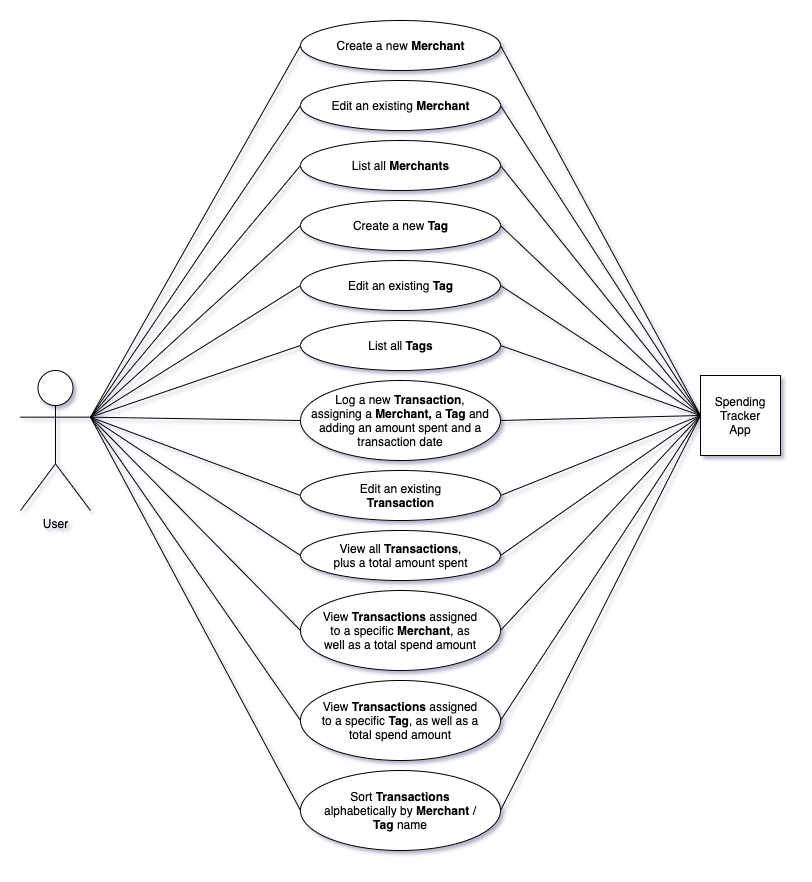
Above: week_05_solo_project/use_case_diagram.png in Strd79/pda_screenshots (draw.io), before the change. Source tidied: cells renumbered, new cells last; positions are measured from the earlier drawing's top-left corner, leaving out a move shared by most shapes. Source of this version:
```xml
<mxGraphModel shadow="1">
  <root>
    <mxCell id="0" />
    <mxCell id="1" parent="0" />
    <mxCell id="2" style="ellipse;whiteSpace=wrap;html=1;" parent="1" vertex="1">
      <mxGeometry x="280" width="200" height="50" as="geometry" />
    </mxCell>
    <mxCell id="3" value="Create a new &lt;b&gt;Merchant&lt;/b&gt;" style="text;html=1;strokeColor=none;fillColor=none;align=center;verticalAlign=middle;whiteSpace=wrap;rounded=0;" parent="1" vertex="1">
      <mxGeometry x="307.5" y="5" width="145" height="40" as="geometry" />
    </mxCell>
    <mxCell id="4" style="ellipse;whiteSpace=wrap;html=1;" parent="1" vertex="1">
      <mxGeometry x="280" y="180" width="200" height="50" as="geometry" />
    </mxCell>
    <mxCell id="5" value="Create a new &lt;b&gt;Tag&lt;/b&gt;" style="text;html=1;strokeColor=none;fillColor=none;align=center;verticalAlign=middle;whiteSpace=wrap;rounded=0;" parent="1" vertex="1">
      <mxGeometry x="307.5" y="185" width="145" height="40" as="geometry" />
    </mxCell>
    <mxCell id="6" style="ellipse;whiteSpace=wrap;html=1;" parent="1" vertex="1">
      <mxGeometry x="280" y="60" width="200" height="50" as="geometry" />
    </mxCell>
    <mxCell id="7" value="Edit an existing &lt;b&gt;Merchant&lt;/b&gt;" style="text;html=1;strokeColor=none;fillColor=none;align=center;verticalAlign=middle;whiteSpace=wrap;rounded=0;" parent="1" vertex="1">
      <mxGeometry x="307.5" y="65" width="145" height="40" as="geometry" />
    </mxCell>
    <mxCell id="8" style="ellipse;whiteSpace=wrap;html=1;" parent="1" vertex="1">
      <mxGeometry x="280" y="240" width="200" height="50" as="geometry" />
    </mxCell>
    <mxCell id="9" value="Edit an existing &lt;b&gt;Tag&lt;/b&gt;" style="text;html=1;strokeColor=none;fillColor=none;align=center;verticalAlign=middle;whiteSpace=wrap;rounded=0;" parent="1" vertex="1">
      <mxGeometry x="307.5" y="245" width="145" height="40" as="geometry" />
    </mxCell>
    <mxCell id="10" style="ellipse;whiteSpace=wrap;html=1;" parent="1" vertex="1">
      <mxGeometry x="280" y="510" width="200" height="50" as="geometry" />
    </mxCell>
    <mxCell id="11" value="View all &lt;b&gt;Transactions&lt;/b&gt;, plus a total amount spent" style="text;html=1;strokeColor=none;fillColor=none;align=center;verticalAlign=middle;whiteSpace=wrap;rounded=0;" parent="1" vertex="1">
      <mxGeometry x="307.5" y="515" width="145" height="40" as="geometry" />
    </mxCell>
    <mxCell id="12" style="ellipse;whiteSpace=wrap;html=1;" parent="1" vertex="1">
      <mxGeometry x="280" y="360" width="200" height="80" as="geometry" />
    </mxCell>
    <mxCell id="13" value="Log a new &lt;b&gt;Transaction&lt;/b&gt;, assigning a &lt;b&gt;Merchant,&lt;/b&gt;&amp;nbsp;a&amp;nbsp;&lt;b&gt;Tag&lt;/b&gt; and adding an amount spent and a transaction date" style="text;html=1;strokeColor=none;fillColor=none;align=center;verticalAlign=middle;whiteSpace=wrap;rounded=0;" parent="1" vertex="1">
      <mxGeometry x="290" y="380" width="180" height="40" as="geometry" />
    </mxCell>
    <mxCell id="14" style="ellipse;whiteSpace=wrap;html=1;" parent="1" vertex="1">
      <mxGeometry x="280" y="570" width="200" height="80" as="geometry" />
    </mxCell>
    <mxCell id="15" value="View &lt;b&gt;Transactions&lt;/b&gt; assigned to a specific &lt;b&gt;Merchant&lt;/b&gt;, as well as a total spend amount" style="text;html=1;strokeColor=none;fillColor=none;align=center;verticalAlign=middle;whiteSpace=wrap;rounded=0;" parent="1" vertex="1">
      <mxGeometry x="300" y="590" width="160" height="40" as="geometry" />
    </mxCell>
    <mxCell id="16" style="ellipse;whiteSpace=wrap;html=1;" parent="1" vertex="1">
      <mxGeometry x="280" y="660" width="200" height="80" as="geometry" />
    </mxCell>
    <mxCell id="17" value="View &lt;b&gt;Transactions&lt;/b&gt; assigned to a specific &lt;b&gt;Tag&lt;/b&gt;, as well as a total spend amount" style="text;html=1;strokeColor=none;fillColor=none;align=center;verticalAlign=middle;whiteSpace=wrap;rounded=0;" parent="1" vertex="1">
      <mxGeometry x="300" y="680" width="160" height="40" as="geometry" />
    </mxCell>
    <mxCell id="18" style="ellipse;whiteSpace=wrap;html=1;" parent="1" vertex="1">
      <mxGeometry x="280" y="750" width="200" height="80" as="geometry" />
    </mxCell>
    <mxCell id="19" value="Sort &lt;b&gt;Transactions&lt;/b&gt; alphabetically by &lt;b&gt;Merchant&lt;/b&gt; / &lt;b&gt;Tag&lt;/b&gt; name" style="text;html=1;strokeColor=none;fillColor=none;align=center;verticalAlign=middle;whiteSpace=wrap;rounded=0;" parent="1" vertex="1">
      <mxGeometry x="300" y="770" width="160" height="40" as="geometry" />
    </mxCell>
    <mxCell id="20" style="rounded=0;jettySize=auto;html=1;exitX=1;exitY=0.3333333333333333;exitDx=0;exitDy=0;exitPerimeter=0;entryX=0;entryY=0.5;entryDx=0;entryDy=0;startArrow=none;startFill=0;endArrow=none;endFill=0;" parent="1" edge="1" source="32" target="6">
      <mxGeometry relative="1" as="geometry" />
    </mxCell>
    <mxCell id="21" style="edgeStyle=none;rounded=0;jettySize=auto;html=1;exitX=1;exitY=0.3333333333333333;exitDx=0;exitDy=0;exitPerimeter=0;entryX=0;entryY=0.5;entryDx=0;entryDy=0;startArrow=none;startFill=0;endArrow=none;endFill=0;" parent="1" edge="1" source="32" target="4">
      <mxGeometry relative="1" as="geometry" />
    </mxCell>
    <mxCell id="22" style="edgeStyle=none;rounded=0;jettySize=auto;html=1;exitX=1;exitY=0.3333333333333333;exitDx=0;exitDy=0;exitPerimeter=0;entryX=0;entryY=0.5;entryDx=0;entryDy=0;startArrow=none;startFill=0;endArrow=none;endFill=0;" parent="1" edge="1" source="32" target="8">
      <mxGeometry relative="1" as="geometry" />
    </mxCell>
    <mxCell id="23" style="edgeStyle=none;rounded=0;jettySize=auto;html=1;exitX=1;exitY=0.3333333333333333;exitDx=0;exitDy=0;exitPerimeter=0;entryX=0;entryY=0.5;entryDx=0;entryDy=0;startArrow=none;startFill=0;endArrow=none;endFill=0;" parent="1" edge="1" source="32" target="12">
      <mxGeometry relative="1" as="geometry" />
    </mxCell>
    <mxCell id="24" style="edgeStyle=none;rounded=0;jettySize=auto;html=1;exitX=1;exitY=0.3333333333333333;exitDx=0;exitDy=0;exitPerimeter=0;entryX=0;entryY=0.5;entryDx=0;entryDy=0;startArrow=none;startFill=0;endArrow=none;endFill=0;" parent="1" edge="1" source="32" target="10">
      <mxGeometry relative="1" as="geometry" />
    </mxCell>
    <mxCell id="25" style="edgeStyle=none;rounded=0;jettySize=auto;html=1;exitX=1;exitY=0.3333333333333333;exitDx=0;exitDy=0;exitPerimeter=0;entryX=0;entryY=0.5;entryDx=0;entryDy=0;startArrow=none;startFill=0;endArrow=none;endFill=0;" parent="1" edge="1" source="32" target="14">
      <mxGeometry relative="1" as="geometry" />
    </mxCell>
    <mxCell id="26" style="edgeStyle=none;rounded=0;jettySize=auto;html=1;exitX=1;exitY=0.3333333333333333;exitDx=0;exitDy=0;exitPerimeter=0;entryX=0;entryY=0.5;entryDx=0;entryDy=0;startArrow=none;startFill=0;endArrow=none;endFill=0;" parent="1" edge="1" source="32" target="16">
      <mxGeometry relative="1" as="geometry" />
    </mxCell>
    <mxCell id="27" style="edgeStyle=none;rounded=0;jettySize=auto;html=1;exitX=1;exitY=0.3333333333333333;exitDx=0;exitDy=0;exitPerimeter=0;entryX=0;entryY=0.5;entryDx=0;entryDy=0;startArrow=none;startFill=0;endArrow=none;endFill=0;" parent="1" edge="1" source="32" target="18">
      <mxGeometry relative="1" as="geometry" />
    </mxCell>
    <mxCell id="28" style="edgeStyle=none;rounded=0;jettySize=auto;html=1;exitX=1;exitY=0.3333333333333333;exitDx=0;exitDy=0;exitPerimeter=0;startArrow=none;startFill=0;endArrow=none;endFill=0;entryX=0;entryY=0.5;entryDx=0;entryDy=0;" parent="1" edge="1" source="32" target="2">
      <mxGeometry relative="1" as="geometry" />
    </mxCell>
    <mxCell id="29" style="edgeStyle=none;rounded=0;jettySize=auto;html=1;exitX=1;exitY=0.3333333333333333;exitDx=0;exitDy=0;exitPerimeter=0;entryX=0;entryY=0.5;entryDx=0;entryDy=0;startArrow=none;startFill=0;endArrow=none;endFill=0;" parent="1" edge="1" source="32" target="47">
      <mxGeometry relative="1" as="geometry" />
    </mxCell>
    <mxCell id="30" style="edgeStyle=none;rounded=0;jettySize=auto;html=1;exitX=1;exitY=0.3333333333333333;exitDx=0;exitDy=0;exitPerimeter=0;startArrow=none;startFill=0;endArrow=none;endFill=0;entryX=0;entryY=0.5;entryDx=0;entryDy=0;" parent="1" edge="1" source="32" target="49">
      <mxGeometry relative="1" as="geometry" />
    </mxCell>
    <mxCell id="31" style="edgeStyle=none;rounded=0;jettySize=auto;html=1;exitX=1;exitY=0.3333333333333333;exitDx=0;exitDy=0;exitPerimeter=0;entryX=0;entryY=0.5;entryDx=0;entryDy=0;startArrow=none;startFill=0;endArrow=none;endFill=0;" parent="1" edge="1" source="32" target="51">
      <mxGeometry relative="1" as="geometry" />
    </mxCell>
    <mxCell id="32" value="User" style="shape=umlActor;verticalLabelPosition=bottom;verticalAlign=top;html=1;outlineConnect=0;" parent="1" vertex="1">
      <mxGeometry y="350" width="70" height="140" as="geometry" />
    </mxCell>
    <mxCell id="33" style="edgeStyle=none;rounded=0;jettySize=auto;html=1;exitX=0;exitY=0.5;exitDx=0;exitDy=0;startArrow=none;startFill=0;endArrow=none;endFill=0;entryX=1;entryY=0.5;entryDx=0;entryDy=0;" parent="1" edge="1" source="45" target="2">
      <mxGeometry relative="1" as="geometry" />
    </mxCell>
    <mxCell id="34" style="edgeStyle=none;rounded=0;jettySize=auto;html=1;exitX=0;exitY=0.5;exitDx=0;exitDy=0;entryX=1;entryY=0.5;entryDx=0;entryDy=0;startArrow=none;startFill=0;endArrow=none;endFill=0;" parent="1" edge="1" source="45" target="6">
      <mxGeometry relative="1" as="geometry" />
    </mxCell>
    <mxCell id="35" style="edgeStyle=none;rounded=0;jettySize=auto;html=1;exitX=0;exitY=0.5;exitDx=0;exitDy=0;entryX=1;entryY=0.5;entryDx=0;entryDy=0;startArrow=none;startFill=0;endArrow=none;endFill=0;" parent="1" edge="1" source="45" target="4">
      <mxGeometry relative="1" as="geometry" />
    </mxCell>
    <mxCell id="36" style="edgeStyle=none;rounded=0;jettySize=auto;html=1;exitX=0;exitY=0.5;exitDx=0;exitDy=0;entryX=1;entryY=0.5;entryDx=0;entryDy=0;startArrow=none;startFill=0;endArrow=none;endFill=0;" parent="1" edge="1" source="45" target="8">
      <mxGeometry relative="1" as="geometry" />
    </mxCell>
    <mxCell id="37" style="edgeStyle=none;rounded=0;jettySize=auto;html=1;exitX=0;exitY=0.5;exitDx=0;exitDy=0;entryX=1;entryY=0.5;entryDx=0;entryDy=0;startArrow=none;startFill=0;endArrow=none;endFill=0;" parent="1" edge="1" source="45" target="12">
      <mxGeometry relative="1" as="geometry" />
    </mxCell>
    <mxCell id="38" style="edgeStyle=none;rounded=0;jettySize=auto;html=1;exitX=0;exitY=0.5;exitDx=0;exitDy=0;entryX=1;entryY=0.5;entryDx=0;entryDy=0;startArrow=none;startFill=0;endArrow=none;endFill=0;" parent="1" edge="1" source="45" target="10">
      <mxGeometry relative="1" as="geometry" />
    </mxCell>
    <mxCell id="39" style="edgeStyle=none;rounded=0;jettySize=auto;html=1;exitX=0;exitY=0.5;exitDx=0;exitDy=0;entryX=1;entryY=0.5;entryDx=0;entryDy=0;startArrow=none;startFill=0;endArrow=none;endFill=0;" parent="1" edge="1" source="45" target="14">
      <mxGeometry relative="1" as="geometry" />
    </mxCell>
    <mxCell id="40" style="edgeStyle=none;rounded=0;jettySize=auto;html=1;exitX=0;exitY=0.5;exitDx=0;exitDy=0;entryX=1;entryY=0.5;entryDx=0;entryDy=0;startArrow=none;startFill=0;endArrow=none;endFill=0;" parent="1" edge="1" source="45" target="16">
      <mxGeometry relative="1" as="geometry" />
    </mxCell>
    <mxCell id="41" style="edgeStyle=none;rounded=0;jettySize=auto;html=1;exitX=0;exitY=0.5;exitDx=0;exitDy=0;entryX=1;entryY=0.5;entryDx=0;entryDy=0;startArrow=none;startFill=0;endArrow=none;endFill=0;" parent="1" edge="1" source="45" target="18">
      <mxGeometry relative="1" as="geometry" />
    </mxCell>
    <mxCell id="42" style="edgeStyle=none;rounded=0;jettySize=auto;html=1;exitX=0;exitY=0.5;exitDx=0;exitDy=0;entryX=1;entryY=0.5;entryDx=0;entryDy=0;startArrow=none;startFill=0;endArrow=none;endFill=0;" parent="1" edge="1" source="45" target="47">
      <mxGeometry relative="1" as="geometry" />
    </mxCell>
    <mxCell id="43" style="edgeStyle=none;rounded=0;jettySize=auto;html=1;exitX=0;exitY=0.5;exitDx=0;exitDy=0;entryX=1;entryY=0.5;entryDx=0;entryDy=0;startArrow=none;startFill=0;endArrow=none;endFill=0;" parent="1" edge="1" source="45" target="49">
      <mxGeometry relative="1" as="geometry" />
    </mxCell>
    <mxCell id="44" style="edgeStyle=none;rounded=0;jettySize=auto;html=1;exitX=0;exitY=0.5;exitDx=0;exitDy=0;entryX=1;entryY=0.5;entryDx=0;entryDy=0;startArrow=none;startFill=0;endArrow=none;endFill=0;" parent="1" edge="1" source="45" target="51">
      <mxGeometry relative="1" as="geometry" />
    </mxCell>
    <mxCell id="45" style="whiteSpace=wrap;html=1;" parent="1" vertex="1">
      <mxGeometry x="680" y="355" width="80" height="80" as="geometry" />
    </mxCell>
    <mxCell id="46" value="Spending Tracker App" style="text;html=1;strokeColor=none;fillColor=none;align=center;verticalAlign=middle;whiteSpace=wrap;rounded=0;" parent="1" vertex="1">
      <mxGeometry x="690" y="360" width="60" height="70" as="geometry" />
    </mxCell>
    <mxCell id="47" style="ellipse;whiteSpace=wrap;html=1;" parent="1" vertex="1">
      <mxGeometry x="280" y="450" width="200" height="50" as="geometry" />
    </mxCell>
    <mxCell id="48" value="Edit an existing &lt;b&gt;Transaction&lt;/b&gt;" style="text;html=1;strokeColor=none;fillColor=none;align=center;verticalAlign=middle;whiteSpace=wrap;rounded=0;" parent="1" vertex="1">
      <mxGeometry x="307.5" y="455" width="145" height="40" as="geometry" />
    </mxCell>
    <mxCell id="49" style="ellipse;whiteSpace=wrap;html=1;" parent="1" vertex="1">
      <mxGeometry x="280" y="120" width="200" height="50" as="geometry" />
    </mxCell>
    <mxCell id="50" value="List all &lt;b&gt;Merchants&lt;/b&gt;" style="text;html=1;strokeColor=none;fillColor=none;align=center;verticalAlign=middle;whiteSpace=wrap;rounded=0;" parent="1" vertex="1">
      <mxGeometry x="307.5" y="125" width="145" height="40" as="geometry" />
    </mxCell>
    <mxCell id="51" style="ellipse;whiteSpace=wrap;html=1;" parent="1" vertex="1">
      <mxGeometry x="280" y="300" width="200" height="50" as="geometry" />
    </mxCell>
    <mxCell id="52" value="List all &lt;b&gt;Tags&lt;/b&gt;" style="text;html=1;strokeColor=none;fillColor=none;align=center;verticalAlign=middle;whiteSpace=wrap;rounded=0;" parent="1" vertex="1">
      <mxGeometry x="307.5" y="305" width="145" height="40" as="geometry" />
    </mxCell>
  </root>
</mxGraphModel>
```
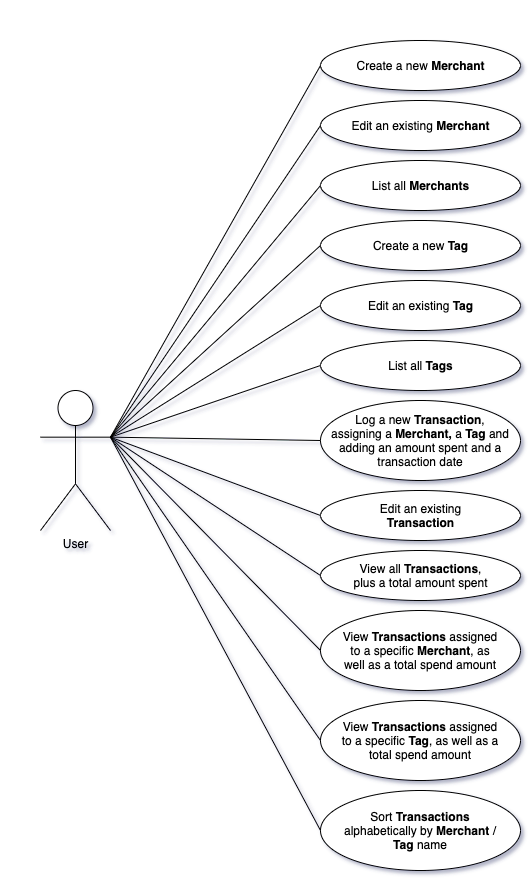
After the change.

The edit, as a diff of the source:
```diff
@@ -95,48 +95,6 @@
     <mxCell id="32" value="User" style="shape=umlActor;verticalLabelPosition=bottom;verticalAlign=top;html=1;outlineConnect=0;" parent="1" vertex="1">
       <mxGeometry y="350" width="70" height="140" as="geometry" />
     </mxCell>
-    <mxCell id="33" style="edgeStyle=none;rounded=0;jettySize=auto;html=1;exitX=0;exitY=0.5;exitDx=0;exitDy=0;startArrow=none;startFill=0;endArrow=none;endFill=0;entryX=1;entryY=0.5;entryDx=0;entryDy=0;" parent="1" edge="1" source="45" target="2">
-      <mxGeometry relative="1" as="geometry" />
-    </mxCell>
-    <mxCell id="34" style="edgeStyle=none;rounded=0;jettySize=auto;html=1;exitX=0;exitY=0.5;exitDx=0;exitDy=0;entryX=1;entryY=0.5;entryDx=0;entryDy=0;startArrow=none;startFill=0;endArrow=none;endFill=0;" parent="1" edge="1" source="45" target="6">
-      <mxGeometry relative="1" as="geometry" />
-    </mxCell>
-    <mxCell id="35" style="edgeStyle=none;rounded=0;jettySize=auto;html=1;exitX=0;exitY=0.5;exitDx=0;exitDy=0;entryX=1;entryY=0.5;entryDx=0;entryDy=0;startArrow=none;startFill=0;endArrow=none;endFill=0;" parent="1" edge="1" source="45" target="4">
-      <mxGeometry relative="1" as="geometry" />
-    </mxCell>
-    <mxCell id="36" style="edgeStyle=none;rounded=0;jettySize=auto;html=1;exitX=0;exitY=0.5;exitDx=0;exitDy=0;entryX=1;entryY=0.5;entryDx=0;entryDy=0;startArrow=none;startFill=0;endArrow=none;endFill=0;" parent="1" edge="1" source="45" target="8">
-      <mxGeometry relative="1" as="geometry" />
-    </mxCell>
-    <mxCell id="37" style="edgeStyle=none;rounded=0;jettySize=auto;html=1;exitX=0;exitY=0.5;exitDx=0;exitDy=0;entryX=1;entryY=0.5;entryDx=0;entryDy=0;startArrow=none;startFill=0;endArrow=none;endFill=0;" parent="1" edge="1" source="45" target="12">
-      <mxGeometry relative="1" as="geometry" />
-    </mxCell>
-    <mxCell id="38" style="edgeStyle=none;rounded=0;jettySize=auto;html=1;exitX=0;exitY=0.5;exitDx=0;exitDy=0;entryX=1;entryY=0.5;entryDx=0;entryDy=0;startArrow=none;startFill=0;endArrow=none;endFill=0;" parent="1" edge="1" source="45" target="10">
-      <mxGeometry relative="1" as="geometry" />
-    </mxCell>
-    <mxCell id="39" style="edgeStyle=none;rounded=0;jettySize=auto;html=1;exitX=0;exitY=0.5;exitDx=0;exitDy=0;entryX=1;entryY=0.5;entryDx=0;entryDy=0;startArrow=none;startFill=0;endArrow=none;endFill=0;" parent="1" edge="1" source="45" target="14">
-      <mxGeometry relative="1" as="geometry" />
-    </mxCell>
-    <mxCell id="40" style="edgeStyle=none;rounded=0;jettySize=auto;html=1;exitX=0;exitY=0.5;exitDx=0;exitDy=0;entryX=1;entryY=0.5;entryDx=0;entryDy=0;startArrow=none;startFill=0;endArrow=none;endFill=0;" parent="1" edge="1" source="45" target="16">
-      <mxGeometry relative="1" as="geometry" />
-    </mxCell>
-    <mxCell id="41" style="edgeStyle=none;rounded=0;jettySize=auto;html=1;exitX=0;exitY=0.5;exitDx=0;exitDy=0;entryX=1;entryY=0.5;entryDx=0;entryDy=0;startArrow=none;startFill=0;endArrow=none;endFill=0;" parent="1" edge="1" source="45" target="18">
-      <mxGeometry relative="1" as="geometry" />
-    </mxCell>
-    <mxCell id="42" style="edgeStyle=none;rounded=0;jettySize=auto;html=1;exitX=0;exitY=0.5;exitDx=0;exitDy=0;entryX=1;entryY=0.5;entryDx=0;entryDy=0;startArrow=none;startFill=0;endArrow=none;endFill=0;" parent="1" edge="1" source="45" target="47">
-      <mxGeometry relative="1" as="geometry" />
-    </mxCell>
-    <mxCell id="43" style="edgeStyle=none;rounded=0;jettySize=auto;html=1;exitX=0;exitY=0.5;exitDx=0;exitDy=0;entryX=1;entryY=0.5;entryDx=0;entryDy=0;startArrow=none;startFill=0;endArrow=none;endFill=0;" parent="1" edge="1" source="45" target="49">
-      <mxGeometry relative="1" as="geometry" />
-    </mxCell>
-    <mxCell id="44" style="edgeStyle=none;rounded=0;jettySize=auto;html=1;exitX=0;exitY=0.5;exitDx=0;exitDy=0;entryX=1;entryY=0.5;entryDx=0;entryDy=0;startArrow=none;startFill=0;endArrow=none;endFill=0;" parent="1" edge="1" source="45" target="51">
-      <mxGeometry relative="1" as="geometry" />
-    </mxCell>
-    <mxCell id="45" style="whiteSpace=wrap;html=1;" parent="1" vertex="1">
-      <mxGeometry x="680" y="355" width="80" height="80" as="geometry" />
-    </mxCell>
-    <mxCell id="46" value="Spending Tracker App" style="text;html=1;strokeColor=none;fillColor=none;align=center;verticalAlign=middle;whiteSpace=wrap;rounded=0;" parent="1" vertex="1">
-      <mxGeometry x="690" y="360" width="60" height="70" as="geometry" />
-    </mxCell>
     <mxCell id="47" style="ellipse;whiteSpace=wrap;html=1;" parent="1" vertex="1">
       <mxGeometry x="280" y="450" width="200" height="50" as="geometry" />
     </mxCell>
```
